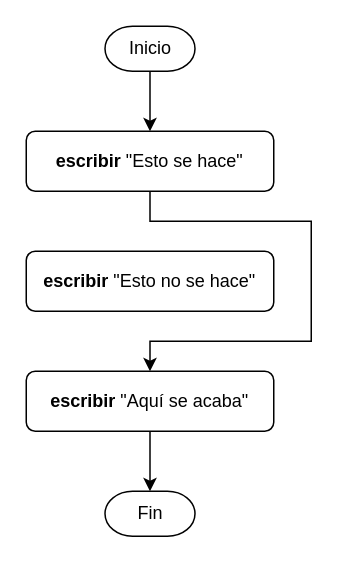
ricpelo/pro keeps this draw.io diagram as source/diagramas/salto-incondicional.drawio. Above is the earlier version. Source tidied: cells renumbered, new cells numbered last; positions are measured from the earlier drawing's top-left corner, leaving out a move shared by most shapes. Both pictures are drawn from the tidied source at 150%, with x=0, y=0 at pixel (26, 26).
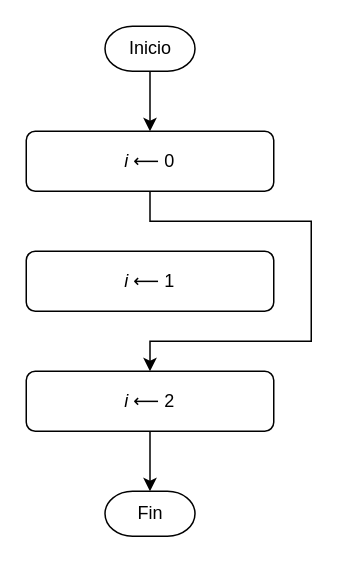
After the change.

What changed in the source:
```diff
@@
 <mxGraphModel>
   <root>
     <mxCell id="0" />
     <mxCell id="1" parent="0" />
     <mxCell id="2" style="edgeStyle=orthogonalEdgeStyle;rounded=0;jettySize=auto;html=1;exitX=0.5;exitY=1;exitDx=0;exitDy=0;entryX=0.5;entryY=0;entryDx=0;entryDy=0;" parent="1" edge="1" source="3" target="6">
       <mxGeometry relative="1" as="geometry">
         <Array as="points">
           <mxPoint x="83" y="130" />
           <mxPoint x="190" y="130" />
           <mxPoint x="190" y="210" />
           <mxPoint x="83" y="210" />
         </Array>
       </mxGeometry>
     </mxCell>
-    <mxCell id="3" value="&lt;b&gt;escribir&lt;/b&gt; &quot;Esto se hace&quot;" style="rounded=1;whiteSpace=wrap;html=1;" parent="1" vertex="1">
+    <mxCell id="3" value="&lt;span class=&quot;math inline&quot;&gt;&lt;span class=&quot;katex&quot;&gt;&lt;span aria-hidden=&quot;true&quot; class=&quot;katex-html&quot;&gt;&lt;span class=&quot;base&quot;&gt;&lt;span class=&quot;mord mathnormal&quot;&gt;&lt;i&gt;i&lt;/i&gt;&lt;/span&gt;&lt;span style=&quot;margin-right: 0.2778em;&quot; class=&quot;mspace&quot;&gt;&lt;/span&gt;&lt;span class=&quot;mrel&quot;&gt;⟵&lt;/span&gt;&lt;span style=&quot;margin-right: 0.2778em;&quot; class=&quot;mspace&quot;&gt;&lt;/span&gt;&lt;/span&gt;&lt;span class=&quot;base&quot;&gt;&lt;span style=&quot;height: 0.6444em;&quot; class=&quot;strut&quot;&gt;&lt;/span&gt;&lt;span class=&quot;mord&quot;&gt;0&lt;/span&gt;&lt;/span&gt;&lt;/span&gt;&lt;/span&gt;&lt;/span&gt;" style="rounded=1;whiteSpace=wrap;html=1;" parent="1" vertex="1">
       <mxGeometry y="70" width="165" height="40" as="geometry" />
     </mxCell>
-    <mxCell id="4" value="&lt;b&gt;escribir&lt;/b&gt; &quot;Esto no se hace&quot;" style="rounded=1;whiteSpace=wrap;html=1;" parent="1" vertex="1">
+    <mxCell id="4" value="&lt;span class=&quot;math inline&quot;&gt;&lt;span class=&quot;katex&quot;&gt;&lt;span aria-hidden=&quot;true&quot; class=&quot;katex-html&quot;&gt;&lt;span class=&quot;base&quot;&gt;&lt;span class=&quot;mord mathnormal&quot;&gt;&lt;i&gt;i&lt;/i&gt;&lt;/span&gt;&lt;span style=&quot;margin-right: 0.2778em;&quot; class=&quot;mspace&quot;&gt;&lt;/span&gt;&lt;span class=&quot;mrel&quot;&gt;⟵&lt;/span&gt;&lt;span style=&quot;margin-right: 0.2778em;&quot; class=&quot;mspace&quot;&gt;&lt;/span&gt;&lt;/span&gt;&lt;span class=&quot;base&quot;&gt;&lt;span style=&quot;height: 0.6444em;&quot; class=&quot;strut&quot;&gt;&lt;/span&gt;&lt;span class=&quot;mord&quot;&gt;1&lt;/span&gt;&lt;/span&gt;&lt;/span&gt;&lt;/span&gt;&lt;/span&gt;" style="rounded=1;whiteSpace=wrap;html=1;" parent="1" vertex="1">
       <mxGeometry y="150" width="165" height="40" as="geometry" />
     </mxCell>
     <mxCell id="5" style="edgeStyle=orthogonalEdgeStyle;rounded=0;jettySize=auto;html=1;exitX=0.5;exitY=1;exitDx=0;exitDy=0;entryX=0.5;entryY=0;entryDx=0;entryDy=0;entryPerimeter=0;" parent="1" edge="1" source="6" target="9">
       <mxGeometry relative="1" as="geometry" />
     </mxCell>
-    <mxCell id="6" value="&lt;b&gt;escribir&lt;/b&gt; &quot;Aquí se acaba&quot;" style="rounded=1;whiteSpace=wrap;html=1;" parent="1" vertex="1">
+    <mxCell id="6" value="&lt;span class=&quot;math inline&quot;&gt;&lt;span class=&quot;katex&quot;&gt;&lt;span aria-hidden=&quot;true&quot; class=&quot;katex-html&quot;&gt;&lt;span class=&quot;base&quot;&gt;&lt;span class=&quot;mord mathnormal&quot;&gt;&lt;i&gt;i&lt;/i&gt;&lt;/span&gt;&lt;span style=&quot;margin-right: 0.2778em;&quot; class=&quot;mspace&quot;&gt;&lt;/span&gt;&lt;span class=&quot;mrel&quot;&gt;⟵&lt;/span&gt;&lt;span style=&quot;margin-right: 0.2778em;&quot; class=&quot;mspace&quot;&gt;&lt;/span&gt;&lt;/span&gt;&lt;span class=&quot;base&quot;&gt;&lt;span style=&quot;height: 0.6444em;&quot; class=&quot;strut&quot;&gt;&lt;/span&gt;&lt;span class=&quot;mord&quot;&gt;2&lt;/span&gt;&lt;/span&gt;&lt;/span&gt;&lt;/span&gt;&lt;/span&gt;" style="rounded=1;whiteSpace=wrap;html=1;" parent="1" vertex="1">
       <mxGeometry y="230" width="165" height="40" as="geometry" />
     </mxCell>
     <mxCell id="7" style="edgeStyle=orthogonalEdgeStyle;rounded=0;jettySize=auto;html=1;exitX=0.5;exitY=1;exitDx=0;exitDy=0;exitPerimeter=0;entryX=0.5;entryY=0;entryDx=0;entryDy=0;" parent="1" edge="1" source="8" target="3">
       <mxGeometry relative="1" as="geometry" />
     </mxCell>
     <mxCell id="8" value="Inicio" style="strokeWidth=1;html=1;shape=mxgraph.flowchart.terminator;whiteSpace=wrap;" parent="1" vertex="1">
       <mxGeometry x="52.5" width="60" height="30" as="geometry" />
     </mxCell>
     <mxCell id="9" value="Fin" style="strokeWidth=1;html=1;shape=mxgraph.flowchart.terminator;whiteSpace=wrap;" parent="1" vertex="1">
       <mxGeometry x="52.5" y="310" width="60" height="30" as="geometry" />
     </mxCell>
   </root>
 </mxGraphModel>
```
